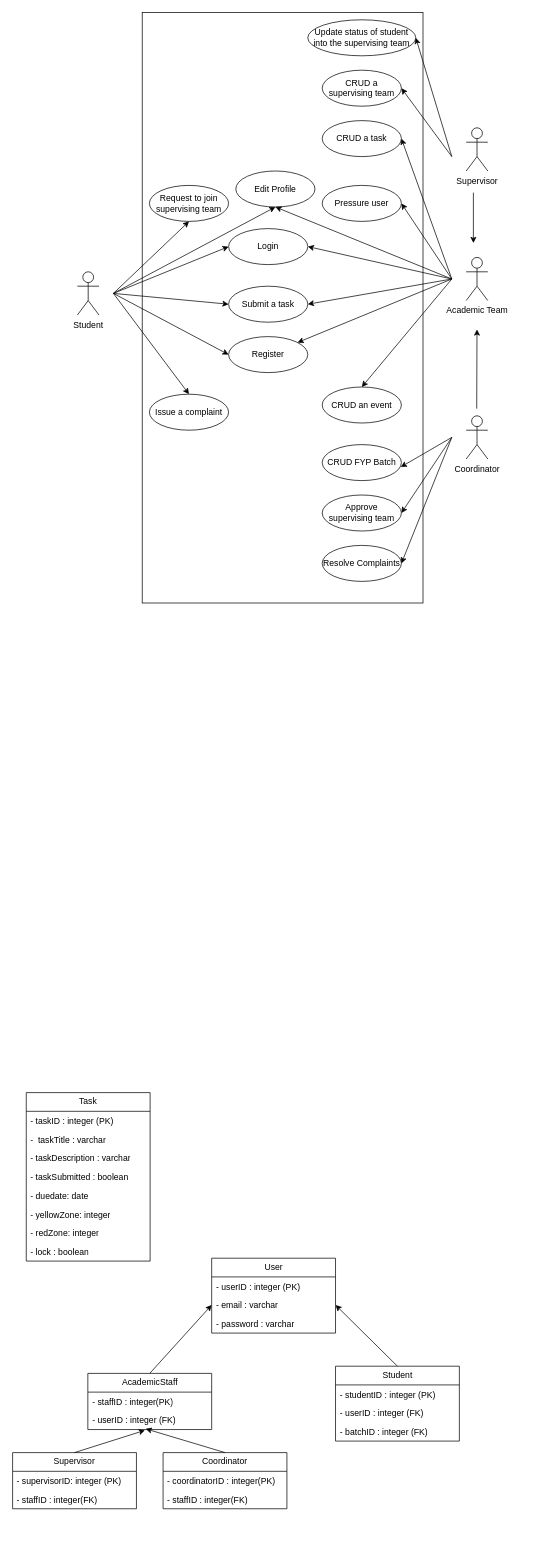
This is TOSH diagram(7).drawio from haikaaal21/TOSh-based-FYP-management-system, a draw.io file, before an edit. Source tidied: cells renumbered, new cells numbered last; positions are measured from the earlier drawing's top-left corner, leaving out a move shared by most shapes. Both pictures are drawn from the tidied source at 72%, with x=0, y=0 at pixel (12, 12).
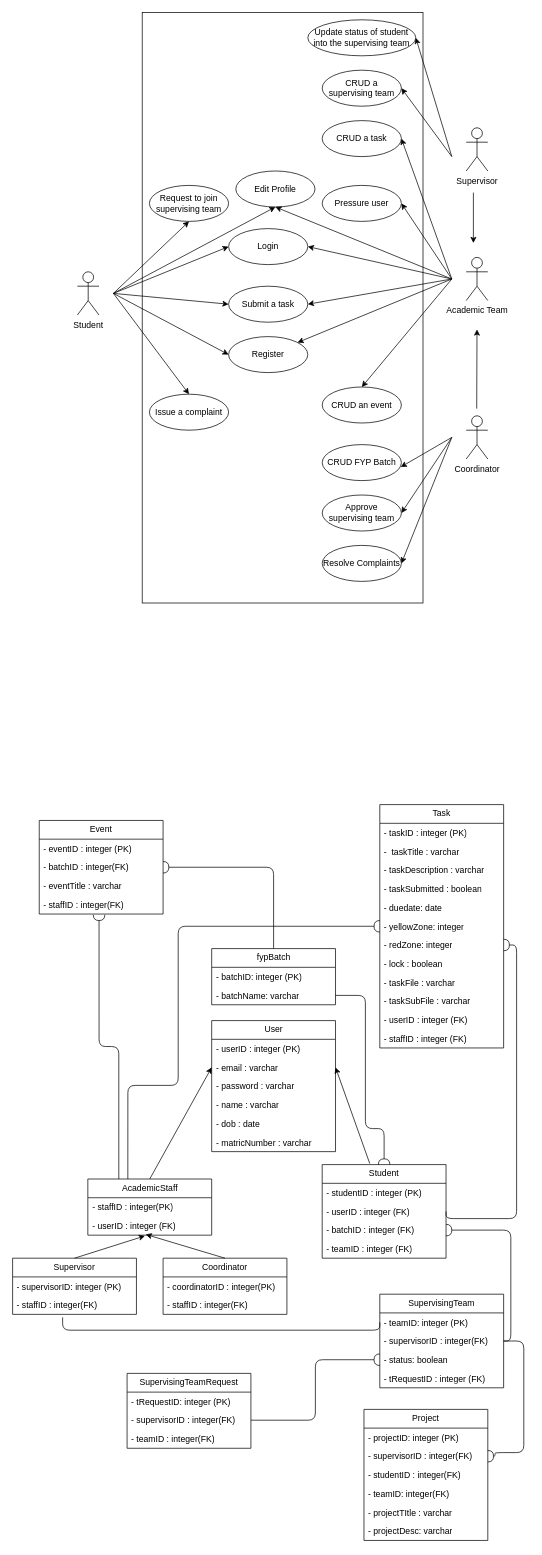
The same page after the edit.

The change refers to these unchanged cells:
```xml
<mxCell id="38" value="- email : varchar" style="text;strokeColor=none;fillColor=none;align=left;verticalAlign=top;spacingLeft=4;spacingRight=4;overflow=hidden;points=[[0,0.5],[1,0.5]];portConstraint=eastwest;whiteSpace=wrap;html=1;" parent="36" vertex="1">
  <mxGeometry y="52" width="172" height="26" as="geometry" />
</mxCell>
<mxCell id="47" value="- staffID : integer(FK)" style="text;strokeColor=none;fillColor=none;align=left;verticalAlign=top;spacingLeft=4;spacingRight=4;overflow=hidden;points=[[0,0.5],[1,0.5]];portConstraint=eastwest;whiteSpace=wrap;html=1;" parent="45" vertex="1">
  <mxGeometry y="52" width="172" height="26" as="geometry" />
</mxCell>
<mxCell id="54" value="- userID : integer (FK)" style="text;strokeColor=none;fillColor=none;align=left;verticalAlign=top;spacingLeft=4;spacingRight=4;overflow=hidden;points=[[0,0.5],[1,0.5]];portConstraint=eastwest;whiteSpace=wrap;html=1;" parent="52" vertex="1">
  <mxGeometry y="52" width="172" height="26" as="geometry" />
</mxCell>
<mxCell id="55" value="&lt;div&gt;- batchID : integer (FK)&lt;/div&gt;" style="text;strokeColor=none;fillColor=none;align=left;verticalAlign=top;spacingLeft=4;spacingRight=4;overflow=hidden;points=[[0,0.5],[1,0.5]];portConstraint=eastwest;whiteSpace=wrap;html=1;" parent="52" vertex="1">
  <mxGeometry y="78" width="172" height="26" as="geometry" />
</mxCell>
<mxCell id="68" value="- yellowZone: integer" style="text;strokeColor=none;fillColor=none;align=left;verticalAlign=top;spacingLeft=4;spacingRight=4;overflow=hidden;points=[[0,0.5],[1,0.5]];portConstraint=eastwest;whiteSpace=wrap;html=1;" parent="62" vertex="1">
  <mxGeometry y="156" width="172" height="26" as="geometry" />
</mxCell>
<mxCell id="69" value="- redZone: integer" style="text;strokeColor=none;fillColor=none;align=left;verticalAlign=top;spacingLeft=4;spacingRight=4;overflow=hidden;points=[[0,0.5],[1,0.5]];portConstraint=eastwest;whiteSpace=wrap;html=1;" parent="62" vertex="1">
  <mxGeometry y="182" width="172" height="26" as="geometry" />
</mxCell>
```

What changed in the source:
```diff
@@
     <mxCell id="36" value="User" style="swimlane;fontStyle=0;horizontal=1;startSize=26;fillColor=none;whiteSpace=wrap;html=1;" parent="1" vertex="1">
-      <mxGeometry x="276.5" y="1730" width="172" height="104" as="geometry" />
+      <mxGeometry x="276.5" y="1400" width="172" height="182" as="geometry" />
     </mxCell>
@@
+    <mxCell id="71" value="- name : varchar" style="text;strokeColor=none;fillColor=none;align=left;verticalAlign=top;spacingLeft=4;spacingRight=4;overflow=hidden;whiteSpace=wrap;html=1;" parent="36" vertex="1">
+      <mxGeometry y="104" width="172" height="26" as="geometry" />
+    </mxCell>
+    <mxCell id="72" value="- dob : date" style="text;strokeColor=none;fillColor=none;align=left;verticalAlign=top;spacingLeft=4;spacingRight=4;overflow=hidden;whiteSpace=wrap;html=1;" parent="36" vertex="1">
+      <mxGeometry y="130" width="172" height="26" as="geometry" />
+    </mxCell>
+    <mxCell id="73" value="- matricNumber : varchar" style="text;strokeColor=none;fillColor=none;align=left;verticalAlign=top;spacingLeft=4;spacingRight=4;overflow=hidden;whiteSpace=wrap;html=1;" parent="36" vertex="1">
+      <mxGeometry y="156" width="172" height="26" as="geometry" />
+    </mxCell>
@@
     <mxCell id="45" value="Supervisor" style="swimlane;fontStyle=0;horizontal=1;startSize=26;fillColor=none;whiteSpace=wrap;html=1;" parent="1" vertex="1">
-      <mxGeometry y="2000" width="172" height="78" as="geometry" />
+      <mxGeometry y="1730" width="172" height="78" as="geometry" />
     </mxCell>
@@
     <mxCell id="48" value="Coordinator" style="swimlane;fontStyle=0;horizontal=1;startSize=26;fillColor=none;whiteSpace=wrap;html=1;" parent="1" vertex="1">
-      <mxGeometry x="209" y="2000" width="172" height="78" as="geometry" />
+      <mxGeometry x="209" y="1730" width="172" height="78" as="geometry" />
     </mxCell>
@@
-    <mxCell id="51" style="rounded=0;jettySize=auto;html=1;exitX=0.5;exitY=0;exitDx=0;exitDy=0;entryX=1;entryY=0.5;entryDx=0;entryDy=0;" parent="1" edge="1" source="52" target="38">
+    <mxCell id="51" style="rounded=0;jettySize=auto;html=1;exitX=0.384;exitY=-0.011;exitDx=0;exitDy=0;entryX=1;entryY=0.5;entryDx=0;entryDy=0;exitPerimeter=0;" parent="1" edge="1" source="52" target="38">
       <mxGeometry relative="1" as="geometry" />
     </mxCell>
     <mxCell id="52" value="Student" style="swimlane;fontStyle=0;horizontal=1;startSize=26;fillColor=none;whiteSpace=wrap;html=1;" parent="1" vertex="1">
-      <mxGeometry x="448.5" y="1880" width="172" height="104" as="geometry" />
+      <mxGeometry x="430" y="1600" width="172" height="130" as="geometry" />
     </mxCell>
@@
+    <mxCell id="74" value="&lt;div&gt;- teamID : integer (FK)&lt;/div&gt;" style="text;strokeColor=none;fillColor=none;align=left;verticalAlign=top;spacingLeft=4;spacingRight=4;overflow=hidden;whiteSpace=wrap;html=1;" parent="52" vertex="1">
+      <mxGeometry y="104" width="172" height="26" as="geometry" />
+    </mxCell>
@@
+    <mxCell id="75" style="edgeStyle=orthogonalEdgeStyle;html=1;exitX=0.25;exitY=0;exitDx=0;exitDy=0;entryX=0.483;entryY=1.04;entryDx=0;entryDy=0;entryPerimeter=0;startArrow=none;startFill=0;endArrow=halfCircle;endFill=0;" parent="1" edge="1" source="57" target="101">
+      <mxGeometry relative="1" as="geometry" />
+    </mxCell>
     <mxCell id="57" value="AcademicStaff" style="swimlane;fontStyle=0;horizontal=1;startSize=26;fillColor=none;whiteSpace=wrap;html=1;" parent="1" vertex="1">
-      <mxGeometry x="104.5" y="1890" width="172" height="78" as="geometry" />
+      <mxGeometry x="104.5" y="1620" width="172" height="78" as="geometry" />
     </mxCell>
@@
     <mxCell id="62" value="Task" style="swimlane;fontStyle=0;horizontal=1;startSize=26;fillColor=none;whiteSpace=wrap;html=1;" parent="1" vertex="1">
-      <mxGeometry x="19" y="1500" width="172" height="234" as="geometry" />
+      <mxGeometry x="510" y="1100" width="172" height="338" as="geometry" />
     </mxCell>
@@
+    <mxCell id="76" value="- taskFile : varchar" style="text;strokeColor=none;fillColor=none;align=left;verticalAlign=top;spacingLeft=4;spacingRight=4;overflow=hidden;whiteSpace=wrap;html=1;" parent="62" vertex="1">
+      <mxGeometry y="234" width="172" height="26" as="geometry" />
+    </mxCell>
+    <mxCell id="77" value="- taskSubFile : varchar" style="text;strokeColor=none;fillColor=none;align=left;verticalAlign=top;spacingLeft=4;spacingRight=4;overflow=hidden;whiteSpace=wrap;html=1;" parent="62" vertex="1">
+      <mxGeometry y="260" width="172" height="26" as="geometry" />
+    </mxCell>
+    <mxCell id="78" value="- userID : integer (FK)" style="text;strokeColor=none;fillColor=none;align=left;verticalAlign=top;spacingLeft=4;spacingRight=4;overflow=hidden;whiteSpace=wrap;html=1;" parent="62" vertex="1">
+      <mxGeometry y="286" width="172" height="26" as="geometry" />
+    </mxCell>
+    <mxCell id="79" value="- staffID : integer (FK)" style="text;strokeColor=none;fillColor=none;align=left;verticalAlign=top;spacingLeft=4;spacingRight=4;overflow=hidden;whiteSpace=wrap;html=1;" parent="62" vertex="1">
+      <mxGeometry y="312" width="172" height="26" as="geometry" />
+    </mxCell>
+    <mxCell id="80" style="edgeStyle=orthogonalEdgeStyle;html=1;exitX=1;exitY=0.5;exitDx=0;exitDy=0;entryX=1;entryY=0.5;entryDx=0;entryDy=0;endArrow=none;endFill=0;startArrow=halfCircle;startFill=0;" parent="1" edge="1" source="69" target="54">
+      <mxGeometry relative="1" as="geometry">
+        <Array as="points">
+          <mxPoint x="700" y="1295" />
+          <mxPoint x="700" y="1675" />
+        </Array>
+      </mxGeometry>
+    </mxCell>
+    <mxCell id="81" value="SupervisingTeam" style="swimlane;fontStyle=0;horizontal=1;startSize=26;fillColor=none;whiteSpace=wrap;html=1;" parent="1" vertex="1">
+      <mxGeometry x="510" y="1780" width="172" height="130" as="geometry" />
+    </mxCell>
+    <mxCell id="82" value="- teamID: integer (PK)" style="text;strokeColor=none;fillColor=none;align=left;verticalAlign=top;spacingLeft=4;spacingRight=4;overflow=hidden;points=[[0,0.5],[1,0.5]];portConstraint=eastwest;whiteSpace=wrap;html=1;" parent="81" vertex="1">
+      <mxGeometry y="26" width="172" height="26" as="geometry" />
+    </mxCell>
+    <mxCell id="83" value="- supervisorID : integer(FK)" style="text;strokeColor=none;fillColor=none;align=left;verticalAlign=top;spacingLeft=4;spacingRight=4;overflow=hidden;points=[[0,0.5],[1,0.5]];portConstraint=eastwest;whiteSpace=wrap;html=1;" parent="81" vertex="1">
+      <mxGeometry y="52" width="172" height="26" as="geometry" />
+    </mxCell>
+    <mxCell id="84" value="- status: boolean" style="text;strokeColor=none;fillColor=none;align=left;verticalAlign=top;spacingLeft=4;spacingRight=4;overflow=hidden;points=[[0,0.5],[1,0.5]];portConstraint=eastwest;whiteSpace=wrap;html=1;" parent="81" vertex="1">
+      <mxGeometry y="78" width="172" height="26" as="geometry" />
+    </mxCell>
+    <mxCell id="85" value="- tRequestID : integer (FK)" style="text;strokeColor=none;fillColor=none;align=left;verticalAlign=top;spacingLeft=4;spacingRight=4;overflow=hidden;whiteSpace=wrap;html=1;" parent="81" vertex="1">
+      <mxGeometry y="104" width="172" height="26" as="geometry" />
+    </mxCell>
+    <mxCell id="86" value="Project" style="swimlane;fontStyle=0;horizontal=1;startSize=26;fillColor=none;whiteSpace=wrap;html=1;" parent="1" vertex="1">
+      <mxGeometry x="488" y="1940" width="172" height="182" as="geometry" />
+    </mxCell>
+    <mxCell id="87" value="- projectID: integer (PK)" style="text;strokeColor=none;fillColor=none;align=left;verticalAlign=top;spacingLeft=4;spacingRight=4;overflow=hidden;whiteSpace=wrap;html=1;" parent="86" vertex="1">
+      <mxGeometry y="26" width="172" height="26" as="geometry" />
+    </mxCell>
+    <mxCell id="88" value="- supervisorID : integer(FK)" style="text;strokeColor=none;fillColor=none;align=left;verticalAlign=top;spacingLeft=4;spacingRight=4;overflow=hidden;points=[[0,0.5],[1,0.5]];portConstraint=eastwest;whiteSpace=wrap;html=1;" parent="86" vertex="1">
+      <mxGeometry y="52" width="172" height="26" as="geometry" />
+    </mxCell>
+    <mxCell id="89" value="- studentID : integer(FK)" style="text;strokeColor=none;fillColor=none;align=left;verticalAlign=top;spacingLeft=4;spacingRight=4;overflow=hidden;whiteSpace=wrap;html=1;" parent="86" vertex="1">
+      <mxGeometry y="78" width="172" height="26" as="geometry" />
+    </mxCell>
+    <mxCell id="90" value="- teamID: integer(FK)" style="text;strokeColor=none;fillColor=none;align=left;verticalAlign=top;spacingLeft=4;spacingRight=4;overflow=hidden;whiteSpace=wrap;html=1;" parent="86" vertex="1">
+      <mxGeometry y="104" width="172" height="26" as="geometry" />
+    </mxCell>
+    <mxCell id="91" value="- projectTItle : varchar" style="text;strokeColor=none;fillColor=none;align=left;verticalAlign=top;spacingLeft=4;spacingRight=4;overflow=hidden;whiteSpace=wrap;html=1;" parent="86" vertex="1">
+      <mxGeometry y="130" width="172" height="26" as="geometry" />
+    </mxCell>
+    <mxCell id="92" value="- projectDesc: varchar" style="text;strokeColor=none;fillColor=none;align=left;verticalAlign=top;spacingLeft=4;spacingRight=4;overflow=hidden;whiteSpace=wrap;html=1;" parent="86" vertex="1">
+      <mxGeometry y="156" width="172" height="26" as="geometry" />
+    </mxCell>
+    <mxCell id="93" style="edgeStyle=orthogonalEdgeStyle;html=1;exitX=1;exitY=0.5;exitDx=0;exitDy=0;entryX=1;entryY=0.5;entryDx=0;entryDy=0;startArrow=halfCircle;startFill=0;endArrow=none;endFill=0;" parent="1" edge="1" source="55" target="81">
+      <mxGeometry relative="1" as="geometry" />
+    </mxCell>
+    <mxCell id="94" style="edgeStyle=orthogonalEdgeStyle;html=1;exitX=0;exitY=0.5;exitDx=0;exitDy=0;entryX=0.404;entryY=1.163;entryDx=0;entryDy=0;entryPerimeter=0;startArrow=none;startFill=0;endArrow=none;endFill=0;" parent="1" edge="1" source="82" target="47">
+      <mxGeometry relative="1" as="geometry">
+        <Array as="points">
+          <mxPoint x="510" y="1830" />
+          <mxPoint x="70" y="1830" />
+        </Array>
+      </mxGeometry>
+    </mxCell>
+    <mxCell id="95" style="edgeStyle=orthogonalEdgeStyle;html=1;exitX=1;exitY=0.5;exitDx=0;exitDy=0;entryX=1;entryY=0.5;entryDx=0;entryDy=0;startArrow=halfCircle;startFill=0;endArrow=none;endFill=0;" parent="1" edge="1" source="88" target="83">
+      <mxGeometry relative="1" as="geometry">
+        <Array as="points">
+          <mxPoint x="670" y="2005" />
+          <mxPoint x="670" y="2000" />
+          <mxPoint x="710" y="2000" />
+          <mxPoint x="710" y="1845" />
+        </Array>
+      </mxGeometry>
+    </mxCell>
+    <mxCell id="96" style="edgeStyle=orthogonalEdgeStyle;html=1;exitX=0;exitY=0.5;exitDx=0;exitDy=0;entryX=0.323;entryY=0;entryDx=0;entryDy=0;entryPerimeter=0;startArrow=halfCircle;startFill=0;endArrow=none;endFill=0;" parent="1" edge="1" source="68" target="57">
+      <mxGeometry relative="1" as="geometry">
+        <Array as="points">
+          <mxPoint x="230" y="1269" />
+          <mxPoint x="230" y="1490" />
+          <mxPoint x="160" y="1490" />
+        </Array>
+      </mxGeometry>
+    </mxCell>
+    <mxCell id="97" value="Event" style="swimlane;fontStyle=0;horizontal=1;startSize=26;fillColor=none;whiteSpace=wrap;html=1;" parent="1" vertex="1">
+      <mxGeometry x="37" y="1122" width="172" height="130" as="geometry" />
+    </mxCell>
+    <mxCell id="98" value="- eventID : integer (PK)" style="text;strokeColor=none;fillColor=none;align=left;verticalAlign=top;spacingLeft=4;spacingRight=4;overflow=hidden;whiteSpace=wrap;html=1;" parent="97" vertex="1">
+      <mxGeometry y="26" width="172" height="26" as="geometry" />
+    </mxCell>
+    <mxCell id="99" value="- batchID : integer(FK)" style="text;strokeColor=none;fillColor=none;align=left;verticalAlign=top;spacingLeft=4;spacingRight=4;overflow=hidden;points=[[0,0.5],[1,0.5]];portConstraint=eastwest;whiteSpace=wrap;html=1;" parent="97" vertex="1">
+      <mxGeometry y="52" width="172" height="26" as="geometry" />
+    </mxCell>
+    <mxCell id="100" value="- eventTitle : varchar" style="text;strokeColor=none;fillColor=none;align=left;verticalAlign=top;spacingLeft=4;spacingRight=4;overflow=hidden;whiteSpace=wrap;html=1;" parent="97" vertex="1">
+      <mxGeometry y="78" width="172" height="26" as="geometry" />
+    </mxCell>
+    <mxCell id="101" value="- staffID : integer(FK)" style="text;strokeColor=none;fillColor=none;align=left;verticalAlign=top;spacingLeft=4;spacingRight=4;overflow=hidden;points=[[0,0.5],[1,0.5]];portConstraint=eastwest;whiteSpace=wrap;html=1;" parent="97" vertex="1">
+      <mxGeometry y="104" width="172" height="26" as="geometry" />
+    </mxCell>
+    <mxCell id="102" style="edgeStyle=orthogonalEdgeStyle;html=1;exitX=0.5;exitY=0;exitDx=0;exitDy=0;entryX=1;entryY=0.5;entryDx=0;entryDy=0;startArrow=none;startFill=0;endArrow=halfCircle;endFill=0;" parent="1" edge="1" source="103" target="99">
+      <mxGeometry relative="1" as="geometry" />
+    </mxCell>
+    <mxCell id="103" value="fypBatch" style="swimlane;fontStyle=0;horizontal=1;startSize=26;fillColor=none;whiteSpace=wrap;html=1;" parent="1" vertex="1">
+      <mxGeometry x="276.5" y="1300" width="172" height="78" as="geometry" />
+    </mxCell>
+    <mxCell id="104" value="- batchID: integer (PK)" style="text;strokeColor=none;fillColor=none;align=left;verticalAlign=top;spacingLeft=4;spacingRight=4;overflow=hidden;whiteSpace=wrap;html=1;" parent="103" vertex="1">
+      <mxGeometry y="26" width="172" height="26" as="geometry" />
+    </mxCell>
+    <mxCell id="105" value="- batchName: varchar" style="text;strokeColor=none;fillColor=none;align=left;verticalAlign=top;spacingLeft=4;spacingRight=4;overflow=hidden;points=[[0,0.5],[1,0.5]];portConstraint=eastwest;whiteSpace=wrap;html=1;" parent="103" vertex="1">
+      <mxGeometry y="52" width="172" height="26" as="geometry" />
+    </mxCell>
+    <mxCell id="106" style="edgeStyle=orthogonalEdgeStyle;html=1;exitX=1;exitY=0.5;exitDx=0;exitDy=0;entryX=0.5;entryY=0;entryDx=0;entryDy=0;startArrow=none;startFill=0;endArrow=halfCircle;endFill=0;" parent="1" edge="1" source="105" target="52">
+      <mxGeometry relative="1" as="geometry">
+        <Array as="points">
+          <mxPoint x="490" y="1365" />
+          <mxPoint x="490" y="1550" />
+          <mxPoint x="516" y="1550" />
+        </Array>
+      </mxGeometry>
+    </mxCell>
+    <mxCell id="107" value="SupervisingTeamRequest" style="swimlane;fontStyle=0;horizontal=1;startSize=26;fillColor=none;whiteSpace=wrap;html=1;" parent="1" vertex="1">
+      <mxGeometry x="159" y="1890" width="172" height="104" as="geometry" />
+    </mxCell>
+    <mxCell id="108" value="- tRequestID: integer (PK)" style="text;strokeColor=none;fillColor=none;align=left;verticalAlign=top;spacingLeft=4;spacingRight=4;overflow=hidden;whiteSpace=wrap;html=1;" parent="107" vertex="1">
+      <mxGeometry y="26" width="172" height="26" as="geometry" />
+    </mxCell>
+    <mxCell id="109" value="- supervisorID : integer(FK)" style="text;strokeColor=none;fillColor=none;align=left;verticalAlign=top;spacingLeft=4;spacingRight=4;overflow=hidden;points=[[0,0.5],[1,0.5]];portConstraint=eastwest;whiteSpace=wrap;html=1;" parent="107" vertex="1">
+      <mxGeometry y="52" width="172" height="26" as="geometry" />
+    </mxCell>
+    <mxCell id="110" value="- teamID : integer(FK)" style="text;strokeColor=none;fillColor=none;align=left;verticalAlign=top;spacingLeft=4;spacingRight=4;overflow=hidden;whiteSpace=wrap;html=1;" parent="107" vertex="1">
+      <mxGeometry y="78" width="172" height="26" as="geometry" />
+    </mxCell>
+    <mxCell id="111" style="edgeStyle=orthogonalEdgeStyle;html=1;exitX=1;exitY=0.5;exitDx=0;exitDy=0;entryX=0;entryY=0.5;entryDx=0;entryDy=0;startArrow=none;startFill=0;endArrow=halfCircle;endFill=0;" parent="1" edge="1" source="109" target="84">
+      <mxGeometry relative="1" as="geometry" />
+    </mxCell>
```
